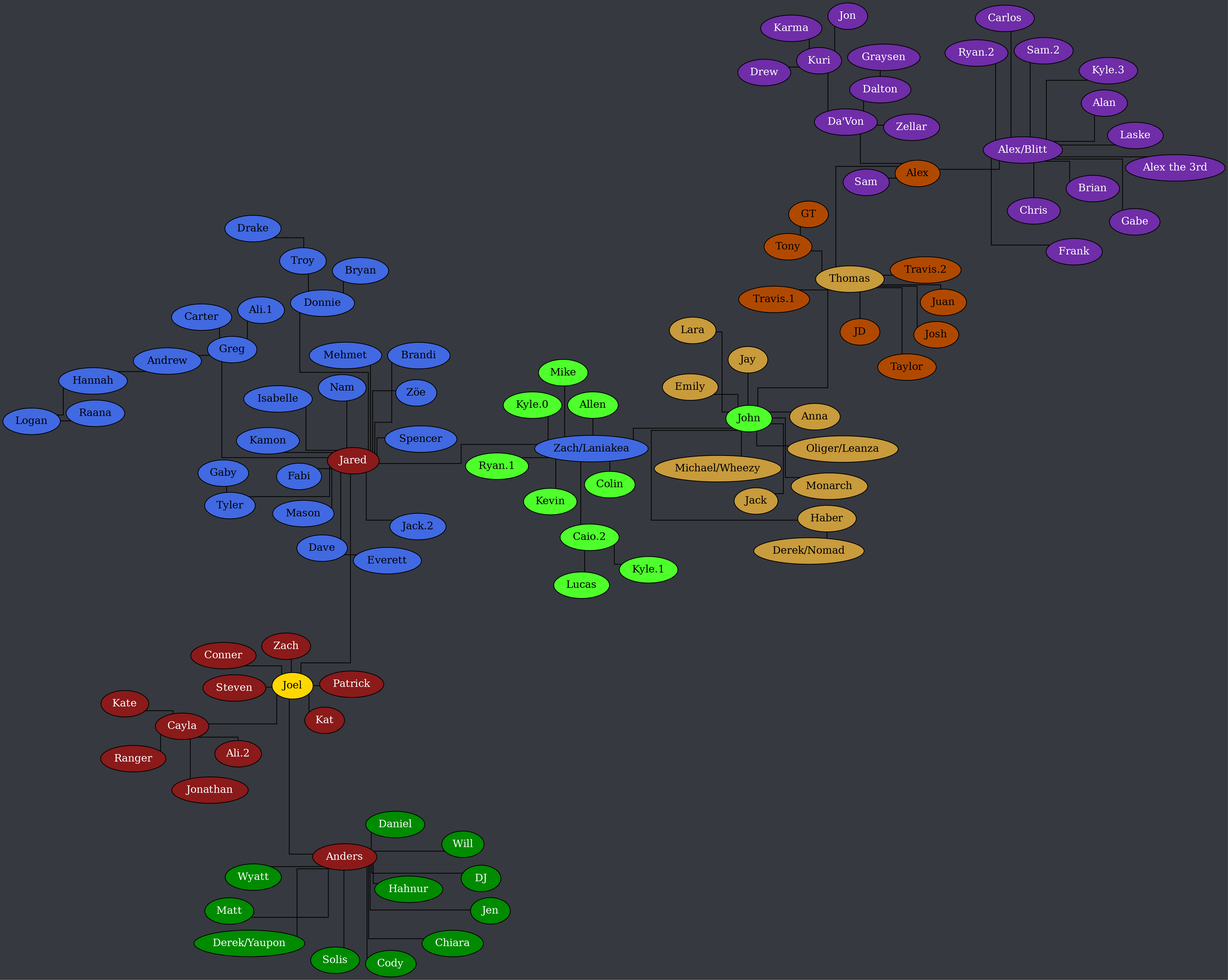
The Graphviz diagram tree.png in Documidas/CoronaCatzFamilyTree, before a commit. Its source is kept beside it as tree.dot. Its diagram source:
```dot
strict graph {
	layout = neato;
	dpi = 200;
	epsilon = 0.01;
	mode = major;
	model = subset;
	overlap = false;
	splines = ortho;
	start = rand;

	graph [ truecolor=true bgcolor="#36393f" ];
	node [ style=filled fillcolor="gray" fontcolor="black" ];

	subgraph "Joel" {
		node [ style=filled fillcolor="firebrick4" fontcolor="white" ];
		Joel [ style=filled fillcolor="gold" fontcolor="black" ];

		Cayla -- "Ali.2";
		Cayla -- Jonathan;
		Cayla -- Kate;
		Cayla -- Ranger;
		Joel -- Anders;
		Joel -- Cayla;
		Joel -- Conner;
		Joel -- Jared;
		Joel -- Kat;
		Joel -- Patrick;
		Joel -- Steven;
		Joel -- Zach;
	}

	subgraph "Anders" {
		node [ style=filled fillcolor="green4" fontcolor="white" ];

		Anders -- Chiara;
		Anders -- Cody;
		Anders -- Daniel;
		Anders -- "Derek/Yaupon";
		Anders -- DJ;
		Anders -- Hahnur;
		Anders -- Jen;
		Anders -- Matt;
		Anders -- Solis;
		Anders -- Will;
		Anders -- Wyatt;
	}

	subgraph "Jared" {
		node [ style=filled fillcolor="royalblue" fontcolor="black" ];

		Andrew -- Hannah;
		Dave -- Everett;
		Donnie -- Bryan;
		Donnie -- Troy;
		Greg -- "Ali.1";
		Greg -- Andrew;
		Greg -- Carter;
		Hannah -- Logan;
		Jared -- Brandi;
		Jared -- Dave;
		Jared -- Donnie;
		Jared -- Fabi;
		Jared -- "Jack.2";
		Jared -- Kamon;
		Jared -- Greg;
		Jared -- Isabelle;
		Jared -- Mason;
		Jared -- Mehmet;
		Jared -- Nam;
		Jared -- Spencer;
		Jared -- Tyler;
		Jared -- "Zach/Laniakea";
		Jared -- "Zöe";
		Logan -- Raana;
		Troy -- Drake;
		Tyler -- Gaby;
	}

	subgraph "Zach/Laniakea" {
		node [ style=filled fillcolor="#4eff2c" fontcolor="black" ];

		"Caio.2" -- "Kyle.1";
		"Caio.2" -- Lucas;
		"Zach/Laniakea" -- Allen;
		"Zach/Laniakea" -- "Caio.2";
		"Zach/Laniakea" -- Colin;
		"Zach/Laniakea" -- John;
		"Zach/Laniakea" -- Kevin;
		"Zach/Laniakea" -- "Kyle.0";
		"Zach/Laniakea" -- Mike;
		"Zach/Laniakea" -- "Ryan.1";
	}

	subgraph "John" {
		node [ style=filled fillcolor="#c89b3c" fontcolor="black" ];

		Haber -- "Derek/Nomad";
		John -- Anna;
		John -- Emily;
		John -- Haber;
		John -- Jay;
		John -- Jack;
		John -- Lara;
		John -- Monarch;
		John -- "Oliger/Leanza";
		John -- Thomas;
	}

	subgraph "John-stream" {
		node [ style=filled fillcolor="#c89b3c" fontcolor="black" ];

		John -- "Michael/Wheezy";
	}

	subgraph "Thomas" {
		node [ style=filled fillcolor="#b04900" fontcolor="black" ];

		Thomas -- Alex;
		Thomas -- JD;
		Thomas -- Josh;
		Thomas -- Juan;
		Thomas -- Taylor;
		Thomas -- Tony;
		Thomas -- "Travis.1";
		Thomas -- "Travis.2";
		Tony -- GT;
	}

	subgraph "Alex" {
		node [ style=filled fillcolor="#6f2da8" fontcolor="white" ];

		Alex -- "Alex/Blitt";
		Alex -- "Da'Von";
		Alex -- Sam;
		"Alex/Blitt" -- Alan;
		"Alex/Blitt" -- "Alex the 3rd";
		"Alex/Blitt" -- Brian;
		"Alex/Blitt" -- Carlos;
		"Alex/Blitt" -- Chris;
		"Alex/Blitt" -- Frank;
		"Alex/Blitt" -- Gabe;
		"Alex/Blitt" -- "Kyle.3";
		"Alex/Blitt" -- Laske;
		"Alex/Blitt" -- "Ryan.2";
		"Alex/Blitt" -- "Sam.2";
		"Da'Von" -- Dalton;
		"Da'Von" -- Kuri;
		"Da'Von" -- Zellar;
		Dalton -- Graysen;
		Kuri -- Drew;
		Kuri -- Jon;
		Kuri -- Karma;
	}
}
```
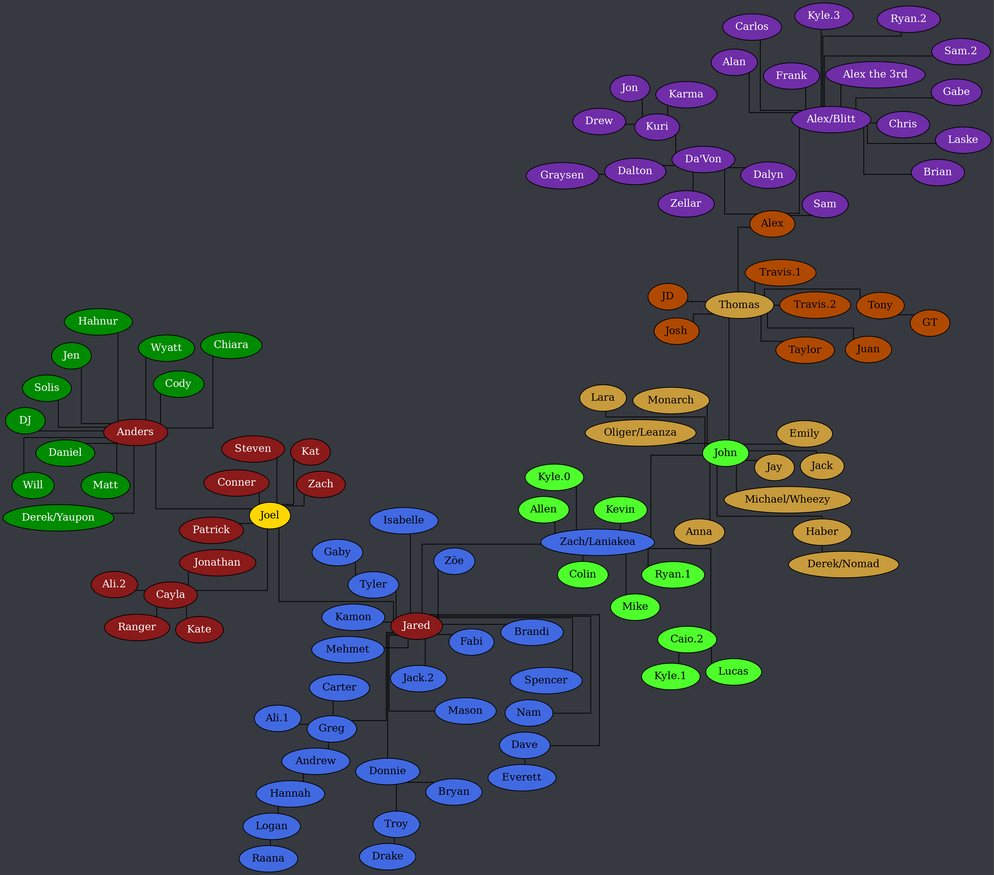
The same file after the commit.

What changed in the source:
```diff
@@ -144,6 +144,7 @@
 		"Alex/Blitt" -- "Ryan.2";
 		"Alex/Blitt" -- "Sam.2";
 		"Da'Von" -- Dalton;
+		"Da'Von" -- Dalyn;
 		"Da'Von" -- Kuri;
 		"Da'Von" -- Zellar;
 		Dalton -- Graysen;
```
